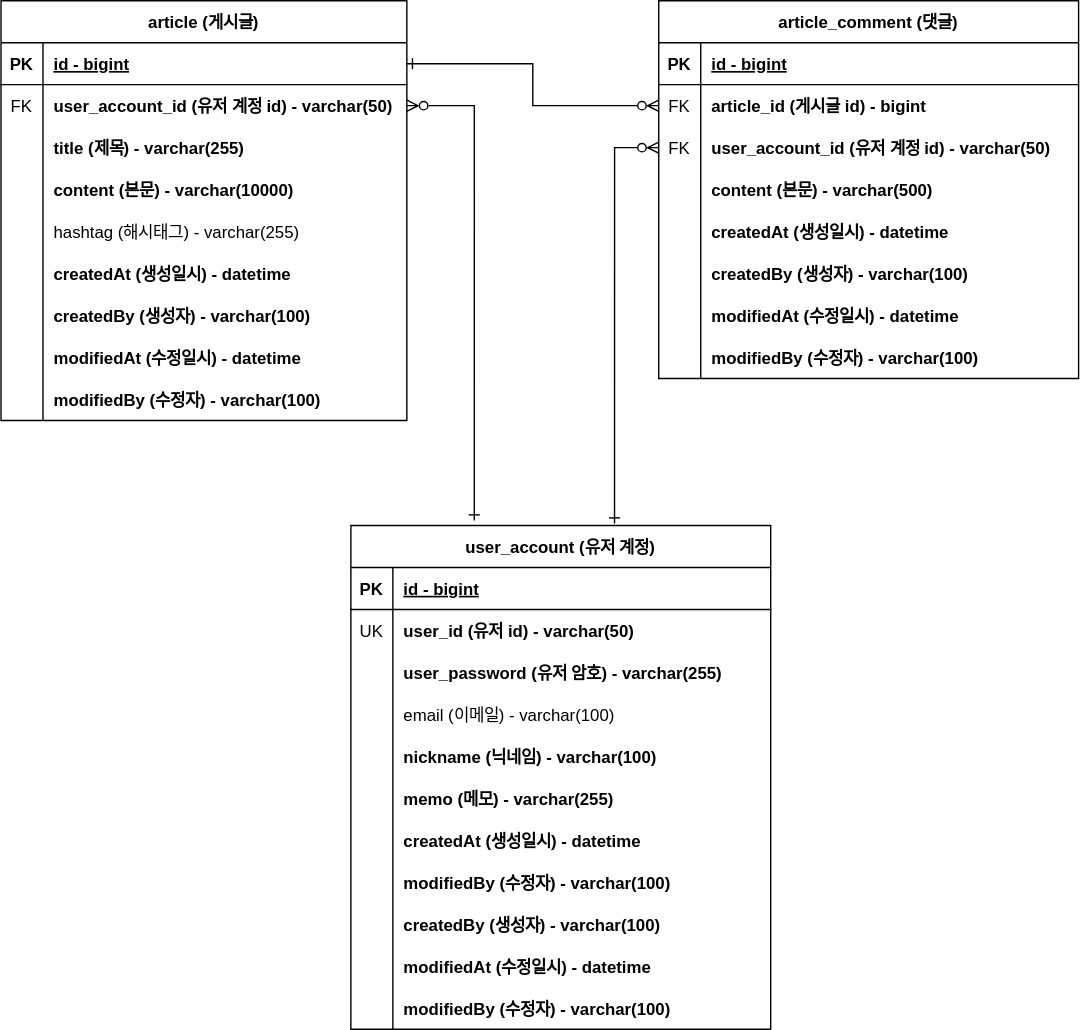
The draw.io diagram document/project-board-erd.svg in ekslffh/fc-project-board, before a commit. Source tidied: cells renumbered, new cells last; positions are measured from the earlier drawing's top-left corner, leaving out a move shared by most shapes.
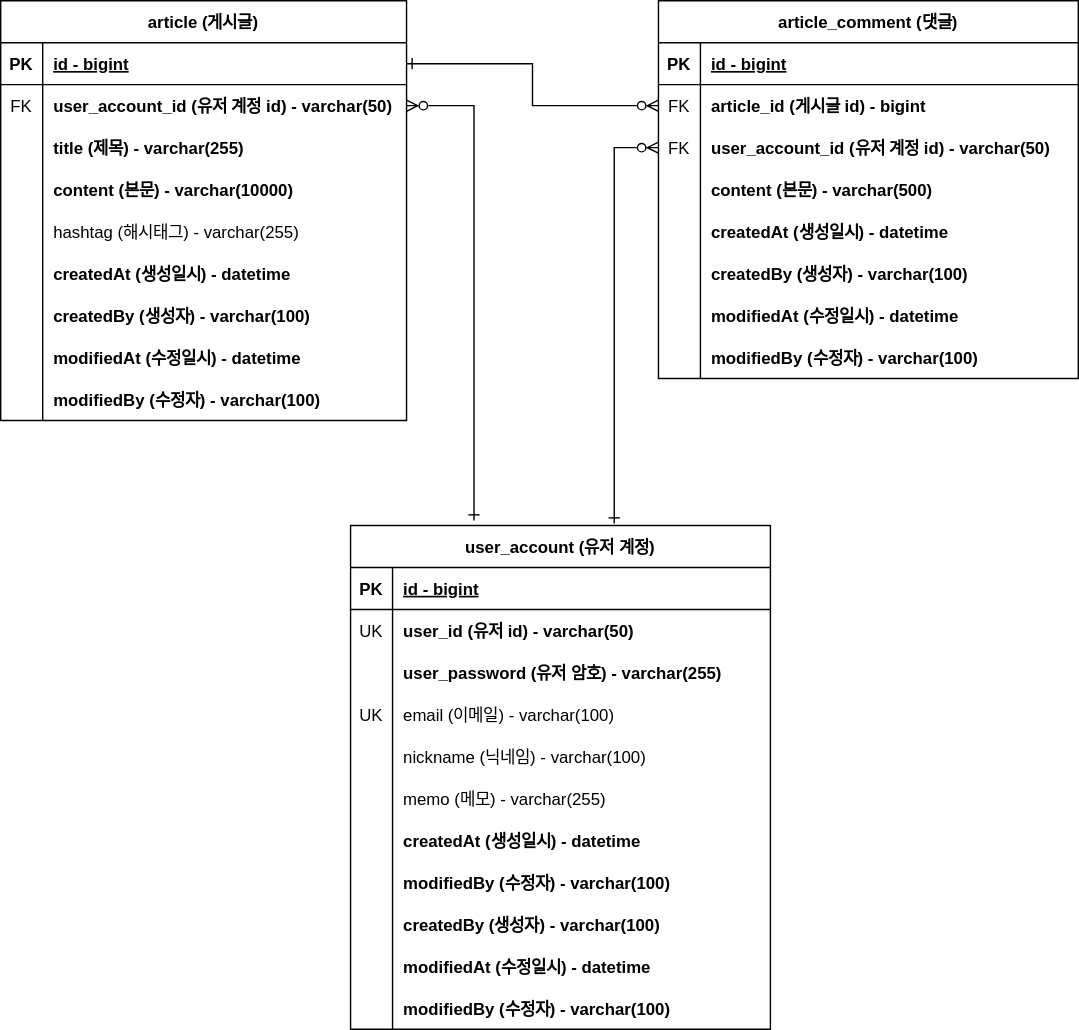
The same file after the commit.

Commit message:
#28 - 도메인 업데이트: email 유니크설정, 회원계정테이블 notnull 재설정

What changed in the source:
```diff
@@ -194,7 +194,7 @@
     <mxCell id="65" style="shape=partialRectangle;fillColor=none;top=0;left=0;right=0;bottom=0;" parent="55" vertex="1">
       <mxGeometry y="120" width="300" height="30" as="geometry" />
     </mxCell>
-    <mxCell id="66" style="shape=partialRectangle;overflow=hidden;fillColor=none;top=0;left=0;bottom=0;right=0;" parent="65" vertex="1">
+    <mxCell id="66" value="UK" style="shape=partialRectangle;overflow=hidden;fillColor=none;top=0;left=0;bottom=0;right=0;" parent="65" vertex="1">
       <mxGeometry width="30" height="30" as="geometry" />
     </mxCell>
     <mxCell id="67" value="email (이메일) - varchar(100)" style="shape=partialRectangle;overflow=hidden;fillColor=none;top=0;left=0;bottom=0;right=0;align=left;spacingLeft=6;" parent="65" vertex="1">
@@ -206,7 +206,7 @@
     <mxCell id="69" style="shape=partialRectangle;overflow=hidden;fillColor=none;top=0;left=0;bottom=0;right=0;" parent="68" vertex="1">
       <mxGeometry width="30" height="30" as="geometry" />
     </mxCell>
-    <mxCell id="70" value="nickname (닉네임) - varchar(100)" style="shape=partialRectangle;overflow=hidden;fillColor=none;top=0;left=0;bottom=0;right=0;align=left;spacingLeft=6;fontStyle=1;" parent="68" vertex="1">
+    <mxCell id="70" value="nickname (닉네임) - varchar(100)" style="shape=partialRectangle;overflow=hidden;fillColor=none;top=0;left=0;bottom=0;right=0;align=left;spacingLeft=6;fontStyle=0;" parent="68" vertex="1">
       <mxGeometry x="30" width="270" height="30" as="geometry" />
     </mxCell>
     <mxCell id="71" style="shape=partialRectangle;fillColor=none;top=0;left=0;right=0;bottom=0;" parent="55" vertex="1">
@@ -215,7 +215,7 @@
     <mxCell id="72" style="shape=partialRectangle;overflow=hidden;fillColor=none;top=0;left=0;bottom=0;right=0;" parent="71" vertex="1">
       <mxGeometry width="30" height="30" as="geometry" />
     </mxCell>
-    <mxCell id="73" value="memo (메모) - varchar(255)" style="shape=partialRectangle;overflow=hidden;fillColor=none;top=0;left=0;bottom=0;right=0;align=left;spacingLeft=6;fontStyle=1;" parent="71" vertex="1">
+    <mxCell id="73" value="memo (메모) - varchar(255)" style="shape=partialRectangle;overflow=hidden;fillColor=none;top=0;left=0;bottom=0;right=0;align=left;spacingLeft=6;fontStyle=0;" parent="71" vertex="1">
       <mxGeometry x="30" width="270" height="30" as="geometry" />
     </mxCell>
     <mxCell id="74" style="shape=partialRectangle;fillColor=none;top=0;left=0;right=0;bottom=0;" parent="55" vertex="1">
```
